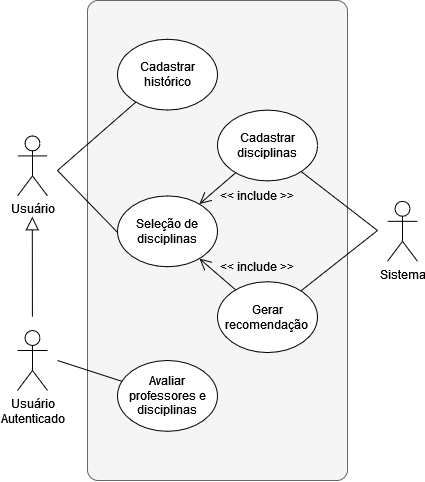
Earlier version of the draw.io export figuras/casos-uso.png (Leinadium/puc-tcc-disciplinas). Source tidied: cells renumbered, new cells last; positions are measured from the earlier drawing's top-left corner, leaving out a move shared by most shapes. Its diagram source:
```xml
<mxGraphModel>
  <root>
    <mxCell id="0" />
    <mxCell id="1" parent="0" />
    <mxCell id="2" style="rounded=1;whiteSpace=wrap;html=1;arcSize=4;fillColor=#f5f5f5;fontColor=#333333;strokeColor=#666666;" parent="1" vertex="1">
      <mxGeometry x="70" width="260" height="480" as="geometry" />
    </mxCell>
    <mxCell id="3" style="rounded=0;jettySize=auto;html=1;endArrow=none;endFill=0;" parent="1" edge="1" target="7">
      <mxGeometry relative="1" as="geometry">
        <mxPoint x="40" y="170" as="sourcePoint" />
      </mxGeometry>
    </mxCell>
    <mxCell id="4" style="rounded=0;jettySize=auto;html=1;entryX=0.024;entryY=0.55;entryDx=0;entryDy=0;entryPerimeter=0;endArrow=none;endFill=0;" parent="1" edge="1" target="13">
      <mxGeometry relative="1" as="geometry">
        <mxPoint x="40" y="170" as="sourcePoint" />
      </mxGeometry>
    </mxCell>
    <mxCell id="5" value="Usuário" style="shape=umlActor;verticalLabelPosition=bottom;verticalAlign=top;html=1;" parent="1" vertex="1">
      <mxGeometry y="135.4" width="30" height="60" as="geometry" />
    </mxCell>
    <mxCell id="6" style="endArrow=block;html=1;rounded=0;endFill=0;endSize=11;" parent="1" edge="1">
      <mxGeometry relative="1" as="geometry">
        <mxPoint x="14.9" y="316.2" as="sourcePoint" />
        <mxPoint x="14.8" y="216.2" as="targetPoint" />
      </mxGeometry>
    </mxCell>
    <mxCell id="7" value="&lt;div&gt;Cadastrar histórico&lt;/div&gt;" style="ellipse;whiteSpace=wrap;html=1;" parent="1" vertex="1">
      <mxGeometry x="100" y="38.8" width="100" height="70.8" as="geometry" />
    </mxCell>
    <mxCell id="8" value="&amp;lt;&amp;lt; include &amp;gt;&amp;gt;" style="text;html=1;strokeColor=none;fillColor=none;align=center;verticalAlign=middle;whiteSpace=wrap;rounded=0;" parent="1" vertex="1">
      <mxGeometry x="200" y="180.4" width="80" height="30" as="geometry" />
    </mxCell>
    <mxCell id="9" style="rounded=0;jettySize=auto;html=1;endArrow=open;endFill=0;startSize=6;endSize=10;" parent="1" edge="1" source="10" target="13">
      <mxGeometry relative="1" as="geometry" />
    </mxCell>
    <mxCell id="10" value="&lt;div&gt;Cadastrar disciplinas&lt;/div&gt;" style="ellipse;whiteSpace=wrap;html=1;" parent="1" vertex="1">
      <mxGeometry x="200" y="109.6" width="100" height="70.8" as="geometry" />
    </mxCell>
    <mxCell id="11" style="rounded=0;jettySize=auto;html=1;endArrow=open;endFill=0;endSize=10;startSize=6;" parent="1" edge="1" source="12" target="13">
      <mxGeometry relative="1" as="geometry" />
    </mxCell>
    <mxCell id="12" value="&lt;div&gt;Gerar recomendação&lt;br&gt;&lt;/div&gt;" style="ellipse;whiteSpace=wrap;html=1;" parent="1" vertex="1">
      <mxGeometry x="200" y="281.2" width="100" height="70.8" as="geometry" />
    </mxCell>
    <mxCell id="13" value="&lt;div&gt;Seleção de disciplinas&lt;br&gt;&lt;/div&gt;" style="ellipse;whiteSpace=wrap;html=1;" parent="1" vertex="1">
      <mxGeometry x="100" y="195.4" width="100" height="70.8" as="geometry" />
    </mxCell>
    <mxCell id="14" value="&lt;div&gt;Avaliar professores e disciplinas&lt;br&gt;&lt;/div&gt;" style="ellipse;whiteSpace=wrap;html=1;" parent="1" vertex="1">
      <mxGeometry x="100" y="360" width="100" height="70.8" as="geometry" />
    </mxCell>
    <mxCell id="15" style="rounded=0;jettySize=auto;html=1;endArrow=none;endFill=0;startSize=6;" parent="1" edge="1" target="10">
      <mxGeometry relative="1" as="geometry">
        <mxPoint x="360" y="230" as="sourcePoint" />
      </mxGeometry>
    </mxCell>
    <mxCell id="16" style="rounded=0;jettySize=auto;html=1;endArrow=none;endFill=0;" parent="1" edge="1" target="12">
      <mxGeometry relative="1" as="geometry">
        <mxPoint x="360" y="230" as="sourcePoint" />
      </mxGeometry>
    </mxCell>
    <mxCell id="17" value="Sistema" style="shape=umlActor;verticalLabelPosition=bottom;verticalAlign=top;html=1;" parent="1" vertex="1">
      <mxGeometry x="370" y="200.8" width="30" height="60" as="geometry" />
    </mxCell>
    <mxCell id="18" style="rounded=0;jettySize=auto;html=1;endArrow=none;endFill=0;" parent="1" edge="1" target="14">
      <mxGeometry relative="1" as="geometry">
        <mxPoint x="40" y="360" as="sourcePoint" />
      </mxGeometry>
    </mxCell>
    <mxCell id="19" value="&lt;div&gt;Usuário&lt;/div&gt;&lt;div&gt;Autenticado&lt;br&gt;&lt;/div&gt;" style="shape=umlActor;verticalLabelPosition=bottom;verticalAlign=top;html=1;" parent="1" vertex="1">
      <mxGeometry y="330" width="30" height="60" as="geometry" />
    </mxCell>
    <mxCell id="20" value="&amp;lt;&amp;lt; include &amp;gt;&amp;gt;" style="text;html=1;strokeColor=none;fillColor=none;align=center;verticalAlign=middle;whiteSpace=wrap;rounded=0;" parent="1" vertex="1">
      <mxGeometry x="200" y="251.2" width="80" height="30" as="geometry" />
    </mxCell>
  </root>
</mxGraphModel>
```
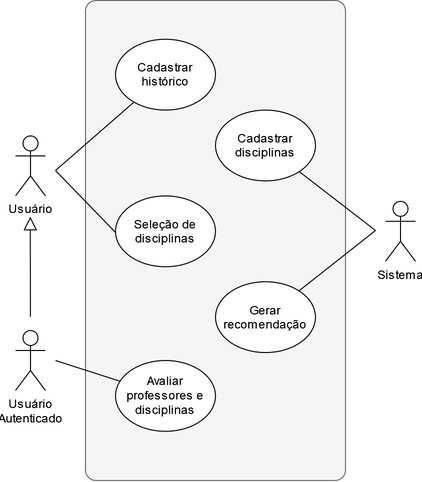
After the change.

Commit message:
removendo include

The edit, as a diff of the source:
```diff
@@ -10,7 +10,7 @@
         <mxPoint x="40" y="170" as="sourcePoint" />
       </mxGeometry>
     </mxCell>
-    <mxCell id="4" style="rounded=0;jettySize=auto;html=1;entryX=0.024;entryY=0.55;entryDx=0;entryDy=0;entryPerimeter=0;endArrow=none;endFill=0;" parent="1" edge="1" target="13">
+    <mxCell id="4" style="rounded=0;jettySize=auto;html=1;entryX=0.024;entryY=0.55;entryDx=0;entryDy=0;entryPerimeter=0;endArrow=none;endFill=0;" parent="1" edge="1" target="10">
       <mxGeometry relative="1" as="geometry">
         <mxPoint x="40" y="170" as="sourcePoint" />
       </mxGeometry>
@@ -27,50 +27,38 @@
     <mxCell id="7" value="&lt;div&gt;Cadastrar histórico&lt;/div&gt;" style="ellipse;whiteSpace=wrap;html=1;" parent="1" vertex="1">
       <mxGeometry x="100" y="38.8" width="100" height="70.8" as="geometry" />
     </mxCell>
-    <mxCell id="8" value="&amp;lt;&amp;lt; include &amp;gt;&amp;gt;" style="text;html=1;strokeColor=none;fillColor=none;align=center;verticalAlign=middle;whiteSpace=wrap;rounded=0;" parent="1" vertex="1">
-      <mxGeometry x="200" y="180.4" width="80" height="30" as="geometry" />
+    <mxCell id="8" value="&lt;div&gt;Cadastrar disciplinas&lt;/div&gt;" style="ellipse;whiteSpace=wrap;html=1;" parent="1" vertex="1">
+      <mxGeometry x="200" y="109.6" width="100" height="70.8" as="geometry" />
     </mxCell>
-    <mxCell id="9" style="rounded=0;jettySize=auto;html=1;endArrow=open;endFill=0;startSize=6;endSize=10;" parent="1" edge="1" source="10" target="13">
-      <mxGeometry relative="1" as="geometry" />
+    <mxCell id="9" value="&lt;div&gt;Gerar recomendação&lt;br&gt;&lt;/div&gt;" style="ellipse;whiteSpace=wrap;html=1;" parent="1" vertex="1">
+      <mxGeometry x="200" y="281.2" width="100" height="70.8" as="geometry" />
     </mxCell>
-    <mxCell id="10" value="&lt;div&gt;Cadastrar disciplinas&lt;/div&gt;" style="ellipse;whiteSpace=wrap;html=1;" parent="1" vertex="1">
-      <mxGeometry x="200" y="109.6" width="100" height="70.8" as="geometry" />
+    <mxCell id="10" value="&lt;div&gt;Seleção de disciplinas&lt;br&gt;&lt;/div&gt;" style="ellipse;whiteSpace=wrap;html=1;" parent="1" vertex="1">
+      <mxGeometry x="100" y="195.4" width="100" height="70.8" as="geometry" />
     </mxCell>
-    <mxCell id="11" style="rounded=0;jettySize=auto;html=1;endArrow=open;endFill=0;endSize=10;startSize=6;" parent="1" edge="1" source="12" target="13">
-      <mxGeometry relative="1" as="geometry" />
+    <mxCell id="11" value="&lt;div&gt;Avaliar professores e disciplinas&lt;br&gt;&lt;/div&gt;" style="ellipse;whiteSpace=wrap;html=1;" parent="1" vertex="1">
+      <mxGeometry x="100" y="360" width="100" height="70.8" as="geometry" />
     </mxCell>
-    <mxCell id="12" value="&lt;div&gt;Gerar recomendação&lt;br&gt;&lt;/div&gt;" style="ellipse;whiteSpace=wrap;html=1;" parent="1" vertex="1">
-      <mxGeometry x="200" y="281.2" width="100" height="70.8" as="geometry" />
+    <mxCell id="12" style="rounded=0;jettySize=auto;html=1;endArrow=none;endFill=0;startSize=6;" parent="1" edge="1" target="8">
+      <mxGeometry relative="1" as="geometry">
+        <mxPoint x="360" y="230" as="sourcePoint" />
+      </mxGeometry>
     </mxCell>
-    <mxCell id="13" value="&lt;div&gt;Seleção de disciplinas&lt;br&gt;&lt;/div&gt;" style="ellipse;whiteSpace=wrap;html=1;" parent="1" vertex="1">
-      <mxGeometry x="100" y="195.4" width="100" height="70.8" as="geometry" />
+    <mxCell id="13" style="rounded=0;jettySize=auto;html=1;endArrow=none;endFill=0;" parent="1" edge="1" target="9">
+      <mxGeometry relative="1" as="geometry">
+        <mxPoint x="360" y="230" as="sourcePoint" />
+      </mxGeometry>
     </mxCell>
-    <mxCell id="14" value="&lt;div&gt;Avaliar professores e disciplinas&lt;br&gt;&lt;/div&gt;" style="ellipse;whiteSpace=wrap;html=1;" parent="1" vertex="1">
-      <mxGeometry x="100" y="360" width="100" height="70.8" as="geometry" />
+    <mxCell id="14" value="Sistema" style="shape=umlActor;verticalLabelPosition=bottom;verticalAlign=top;html=1;outlineConnect=0;" parent="1" vertex="1">
+      <mxGeometry x="370" y="200.8" width="30" height="60" as="geometry" />
     </mxCell>
-    <mxCell id="15" style="rounded=0;jettySize=auto;html=1;endArrow=none;endFill=0;startSize=6;" parent="1" edge="1" target="10">
+    <mxCell id="15" style="rounded=0;jettySize=auto;html=1;endArrow=none;endFill=0;" parent="1" edge="1" target="11">
       <mxGeometry relative="1" as="geometry">
-        <mxPoint x="360" y="230" as="sourcePoint" />
+        <mxPoint x="40" y="360" as="sourcePoint" />
       </mxGeometry>
     </mxCell>
-    <mxCell id="16" style="rounded=0;jettySize=auto;html=1;endArrow=none;endFill=0;" parent="1" edge="1" target="12">
-      <mxGeometry relative="1" as="geometry">
-        <mxPoint x="360" y="230" as="sourcePoint" />
-      </mxGeometry>
+    <mxCell id="16" value="&lt;div&gt;Usuário&lt;/div&gt;&lt;div&gt;Autenticado&lt;br&gt;&lt;/div&gt;" style="shape=umlActor;verticalLabelPosition=bottom;verticalAlign=top;html=1;" parent="1" vertex="1">
+      <mxGeometry y="330" width="30" height="60" as="geometry" />
     </mxCell>
-    <mxCell id="17" value="Sistema" style="shape=umlActor;verticalLabelPosition=bottom;verticalAlign=top;html=1;" parent="1" vertex="1">
-      <mxGeometry x="370" y="200.8" width="30" height="60" as="geometry" />
-    </mxCell>
-    <mxCell id="18" style="rounded=0;jettySize=auto;html=1;endArrow=none;endFill=0;" parent="1" edge="1" target="14">
-      <mxGeometry relative="1" as="geometry">
-        <mxPoint x="40" y="360" as="sourcePoint" />
-      </mxGeometry>
-    </mxCell>
-    <mxCell id="19" value="&lt;div&gt;Usuário&lt;/div&gt;&lt;div&gt;Autenticado&lt;br&gt;&lt;/div&gt;" style="shape=umlActor;verticalLabelPosition=bottom;verticalAlign=top;html=1;" parent="1" vertex="1">
-      <mxGeometry y="330" width="30" height="60" as="geometry" />
-    </mxCell>
-    <mxCell id="20" value="&amp;lt;&amp;lt; include &amp;gt;&amp;gt;" style="text;html=1;strokeColor=none;fillColor=none;align=center;verticalAlign=middle;whiteSpace=wrap;rounded=0;" parent="1" vertex="1">
-      <mxGeometry x="200" y="251.2" width="80" height="30" as="geometry" />
-    </mxCell>
   </root>
 </mxGraphModel>
```
